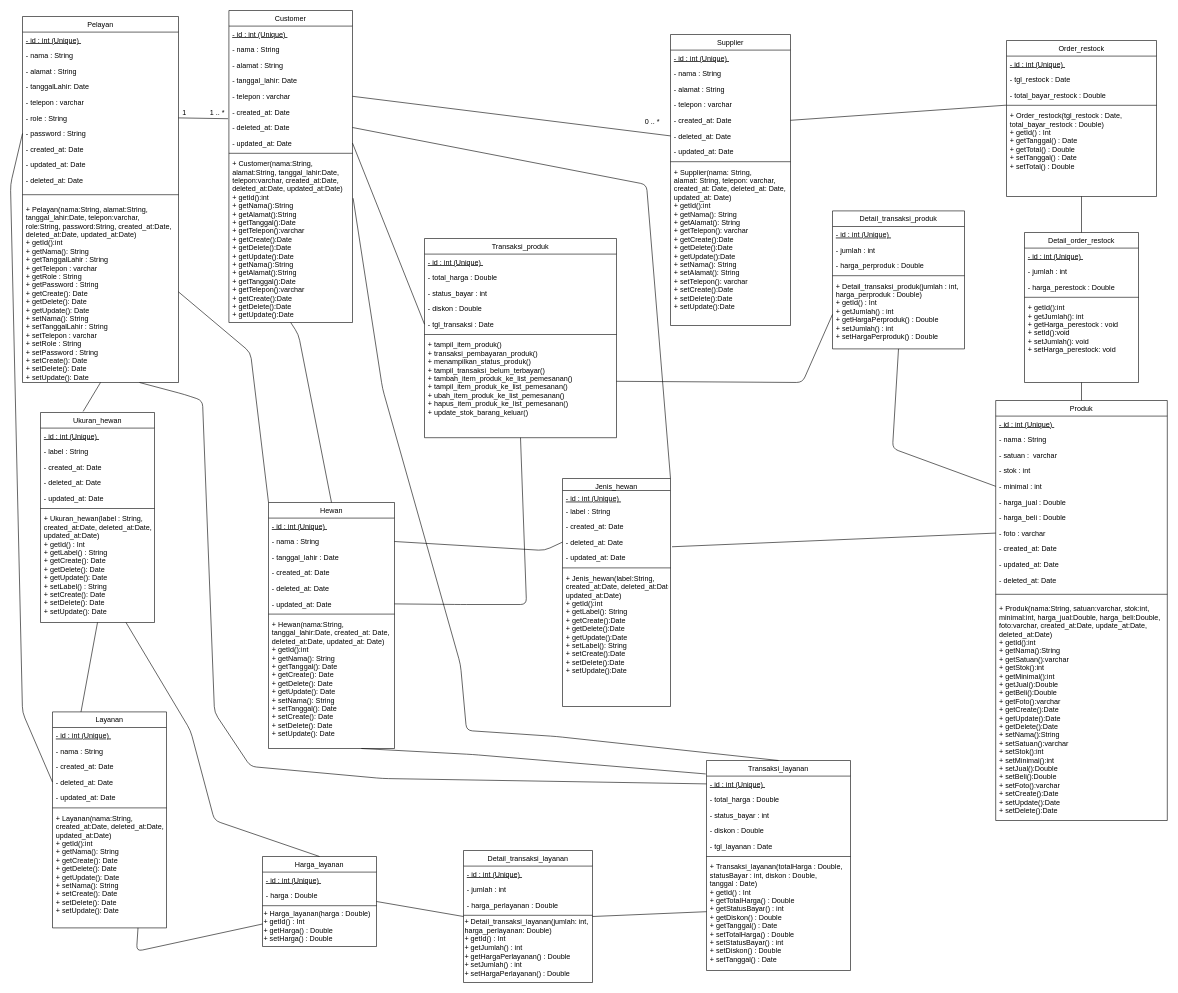
Above: class diagram p3l.drawio in agambewe/classDP3L (draw.io), before the change. Source tidied: cells renumbered, new cells numbered last; positions are measured from the earlier drawing's top-left corner, leaving out a move shared by most shapes. Both pictures are drawn from the tidied source at 60%, with x=0, y=0 at pixel (10, 10).
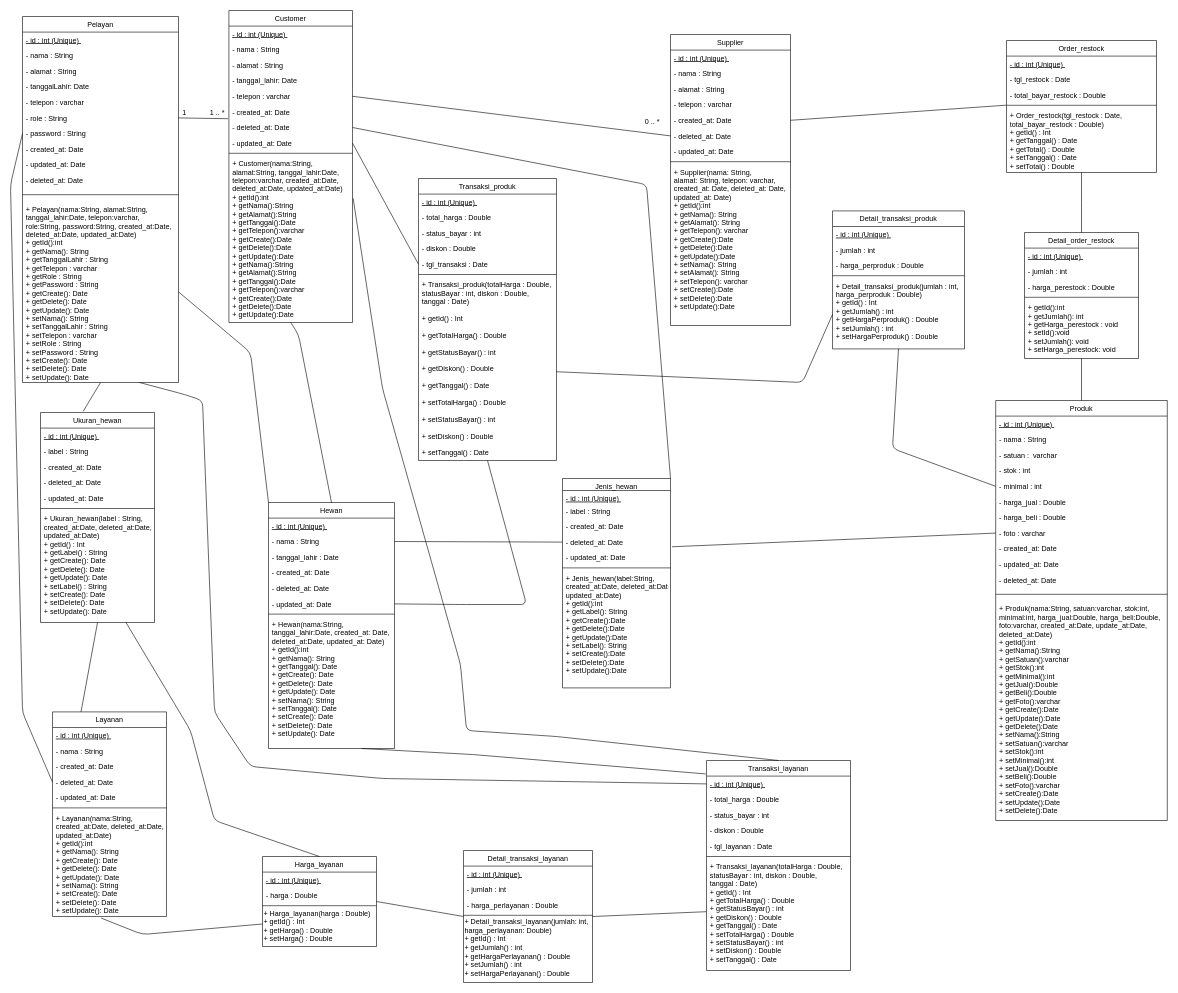
The same diagram, later.

Unchanged cells that the change refers to:
```xml
<mxCell id="80" value="- deleted_at: Date" style="text;align=left;verticalAlign=top;spacingLeft=4;spacingRight=4;overflow=hidden;points=[[0,0.5],[1,0.5]];portConstraint=eastwest;rounded=0;shadow=0;html=0;" parent="76" vertex="1">
  <mxGeometry y="93" width="180" height="26" as="geometry" />
</mxCell>
<mxCell id="86" value="- nama : String" style="text;align=left;verticalAlign=top;spacingLeft=4;spacingRight=4;overflow=hidden;points=[[0,0.5],[1,0.5]];portConstraint=eastwest;rounded=0;shadow=0;html=0;" parent="84" vertex="1">
  <mxGeometry y="52" width="210" height="26" as="geometry" />
</mxCell>
<mxCell id="109" value="Harga_layanan" style="swimlane;fontStyle=0;align=center;verticalAlign=top;horizontal=1;startSize=26;rounded=0;shadow=0;strokeWidth=1;" parent="1" vertex="1">
  <mxGeometry x="420" y="1410" width="190" height="150" as="geometry" />
</mxCell>
```

The edit, as a diff of the source:
```diff
@@
     <mxCell id="50" value="Order_restock" style="swimlane;fontStyle=0;align=center;verticalAlign=top;horizontal=1;startSize=26;rounded=0;shadow=0;strokeWidth=1;" parent="1" vertex="1">
-      <mxGeometry x="1660" y="50" width="250" height="260" as="geometry" />
+      <mxGeometry x="1660" y="50" width="250" height="220" as="geometry" />
     </mxCell>
@@
     <mxCell id="56" value="Detail_order_restock" style="swimlane;fontStyle=0;align=center;verticalAlign=top;horizontal=1;startSize=26;rounded=0;shadow=0;strokeWidth=1;" parent="1" vertex="1">
-      <mxGeometry x="1690" y="370" width="190" height="250" as="geometry" />
+      <mxGeometry x="1690" y="370" width="190" height="210" as="geometry" />
     </mxCell>
@@
     <mxCell id="61" value="+ getId():int&#10;+ getJumlah(): int&#10;+ getHarga_perestock : void&#10;+ setId():void&#10;+ setJumlah(): void&#10;+ setHarga_perestock: void" style="text;align=left;verticalAlign=top;spacingLeft=4;spacingRight=4;overflow=hidden;rounded=0;shadow=0;html=0;" parent="56" vertex="1">
-      <mxGeometry y="112" width="190" height="118" as="geometry" />
+      <mxGeometry y="112" width="190" height="98" as="geometry" />
     </mxCell>
@@
     <mxCell id="76" value="Jenis_hewan" style="swimlane;fontStyle=0;align=center;verticalAlign=top;horizontal=1;startSize=20;rounded=0;shadow=0;strokeWidth=1;" parent="1" vertex="1">
-      <mxGeometry x="920" y="780" width="180" height="380" as="geometry" />
+      <mxGeometry x="920" y="780" width="180" height="349" as="geometry" />
     </mxCell>
@@
     <mxCell id="101" value="Layanan" style="swimlane;fontStyle=0;align=center;verticalAlign=top;horizontal=1;startSize=26;rounded=0;shadow=0;strokeWidth=1;" parent="1" vertex="1">
-      <mxGeometry x="70" y="1169" width="190" height="360" as="geometry" />
+      <mxGeometry x="70" y="1169" width="190" height="341" as="geometry" />
     </mxCell>
@@
     <mxCell id="108" value="+ Layanan(nama:String,&#10;created_at:Date, deleted_at:Date,&#10;updated_at:Date)&#10;+ getId():int&#10;+ getNama(): String&#10;+ getCreate(): Date&#10;+ getDelete(): Date&#10;+ getUpdate(): Date&#10;+ setNama(): String&#10;+ setCreate(): Date&#10;+ setDelete(): Date&#10;+ setUpdate(): Date" style="text;align=left;verticalAlign=top;spacingLeft=4;spacingRight=4;overflow=hidden;points=[[0,0.5],[1,0.5]];portConstraint=eastwest;rounded=0;shadow=0;html=0;" parent="101" vertex="1">
-      <mxGeometry y="164" width="190" height="186" as="geometry" />
+      <mxGeometry y="164" width="190" height="176" as="geometry" />
     </mxCell>
@@
     <mxCell id="120" value="Transaksi_produk" style="swimlane;fontStyle=0;align=center;verticalAlign=top;horizontal=1;startSize=26;rounded=0;shadow=0;strokeWidth=1;" parent="1" vertex="1">
-      <mxGeometry x="690" y="380" width="320" height="332" as="geometry" />
+      <mxGeometry x="680" y="280" width="230" height="470" as="geometry" />
     </mxCell>
     <mxCell id="121" value="- id : int (Unique) " style="text;align=left;verticalAlign=top;spacingLeft=4;spacingRight=4;overflow=hidden;fontStyle=4;" parent="120" vertex="1">
-      <mxGeometry y="26" width="320" height="26" as="geometry" />
+      <mxGeometry y="26" width="230" height="26" as="geometry" />
     </mxCell>
     <mxCell id="122" value="- total_harga : Double" style="text;align=left;verticalAlign=top;spacingLeft=4;spacingRight=4;overflow=hidden;rounded=0;shadow=0;html=0;" parent="120" vertex="1">
-      <mxGeometry y="52" width="320" height="26" as="geometry" />
+      <mxGeometry y="52" width="230" height="26" as="geometry" />
     </mxCell>
     <mxCell id="123" value="- status_bayar : int" style="text;align=left;verticalAlign=top;spacingLeft=4;spacingRight=4;overflow=hidden;rounded=0;shadow=0;html=0;" parent="120" vertex="1">
-      <mxGeometry y="78" width="320" height="26" as="geometry" />
+      <mxGeometry y="78" width="230" height="26" as="geometry" />
     </mxCell>
     <mxCell id="124" value="- diskon : Double" style="text;align=left;verticalAlign=top;spacingLeft=4;spacingRight=4;overflow=hidden;rounded=0;shadow=0;html=0;" parent="120" vertex="1">
-      <mxGeometry y="104" width="320" height="26" as="geometry" />
+      <mxGeometry y="104" width="230" height="26" as="geometry" />
     </mxCell>
     <mxCell id="125" value="- tgl_transaksi : Date" style="text;align=left;verticalAlign=top;spacingLeft=4;spacingRight=4;overflow=hidden;points=[[0,0.5],[1,0.5]];portConstraint=eastwest;rounded=0;shadow=0;html=0;" parent="120" vertex="1">
-      <mxGeometry y="130" width="320" height="26" as="geometry" />
+      <mxGeometry y="130" width="230" height="26" as="geometry" />
     </mxCell>
     <mxCell id="126" style="line;html=1;strokeWidth=1;align=left;verticalAlign=middle;spacingTop=-1;spacingLeft=3;spacingRight=3;labelPosition=right;" parent="120" vertex="1">
-      <mxGeometry y="156" width="320" height="8" as="geometry" />
+      <mxGeometry y="156" width="230" height="8" as="geometry" />
     </mxCell>
-    <mxCell id="127" value="+ tampil_item_produk()&#10;+ transaksi_pembayaran_produk()&#10;+ menampilkan_status_produk()&#10;+ tampil_transaksi_belum_terbayar()&#10;+ tambah_item_produk_ke_list_pemesanan()&#10;+ tampil_item_produk_ke_list_pemesanan()&#10;+ ubah_item_produk_ke_list_pemesanan()&#10;+ hapus_item_produk_ke_list_pemesanan()&#10;+ update_stok_barang_keluar()&#10;" style="text;align=left;verticalAlign=top;spacingLeft=4;spacingRight=4;overflow=hidden;points=[[0,0.5],[1,0.5]];portConstraint=eastwest;" parent="120" vertex="1">
-      <mxGeometry y="164" width="320" height="146" as="geometry" />
+    <mxCell id="127" value="+ Transaksi_produk(totalHarga : Double, &#10;statusBayar : int, diskon : Double, &#10;tanggal : Date)&#10;&#10;+ getId() : Int&#10;&#10;+ getTotalHarga() : Double&#10;&#10;+ getStatusBayar() : int&#10;&#10;+ getDiskon() : Double&#10;&#10;+ getTanggal() : Date&#10;&#10;+ setTotalHarga() : Double&#10;&#10;+ setStatusBayar() : int&#10;&#10;+ setDiskon() : Double&#10;&#10;+ setTanggal() : Date" style="text;align=left;verticalAlign=top;spacingLeft=4;spacingRight=4;overflow=hidden;points=[[0,0.5],[1,0.5]];portConstraint=eastwest;" parent="120" vertex="1">
+      <mxGeometry y="164" width="230" height="306" as="geometry" />
     </mxCell>
@@
     <mxCell id="136" style="endArrow=none;html=1;exitX=1;exitY=0.5;exitDx=0;exitDy=0;entryX=0;entryY=0.5;entryDx=0;entryDy=0;" parent="1" edge="1" source="86" target="80">
-      <mxGeometry relative="1" as="geometry">
-        <Array as="points">
-          <mxPoint x="890" y="900" />
-        </Array>
-      </mxGeometry>
+      <mxGeometry relative="1" as="geometry" />
     </mxCell>
@@
-    <mxCell id="142" style="endArrow=none;html=1;exitX=0.75;exitY=1;exitDx=0;exitDy=0;entryX=0;entryY=0.75;entryDx=0;entryDy=0;" parent="1" edge="1" source="101" target="109">
+    <mxCell id="142" style="endArrow=none;html=1;exitX=0.427;exitY=1.021;exitDx=0;exitDy=0;entryX=0;entryY=0.75;entryDx=0;entryDy=0;exitPerimeter=0;" parent="1" edge="1" source="108" target="109">
       <mxGeometry relative="1" as="geometry">
         <Array as="points">
-          <mxPoint x="210" y="1568" />
+          <mxPoint x="220" y="1540" />
         </Array>
       </mxGeometry>
     </mxCell>
```
